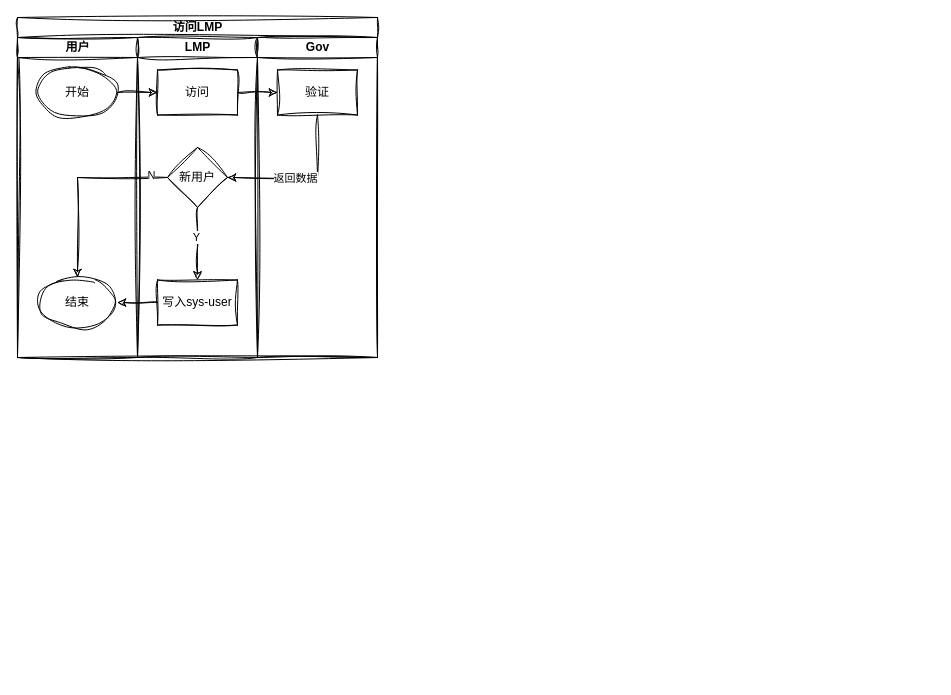
Before: LMP多租户.drawio in zhouziqian/draw, a draw.io diagram. Source tidied: cells renumbered, new cells numbered last; positions are measured from the earlier drawing's top-left corner, leaving out a move shared by most shapes. Both pictures are drawn from the tidied source at 100%, with x=0, y=0 at pixel (17, 17).
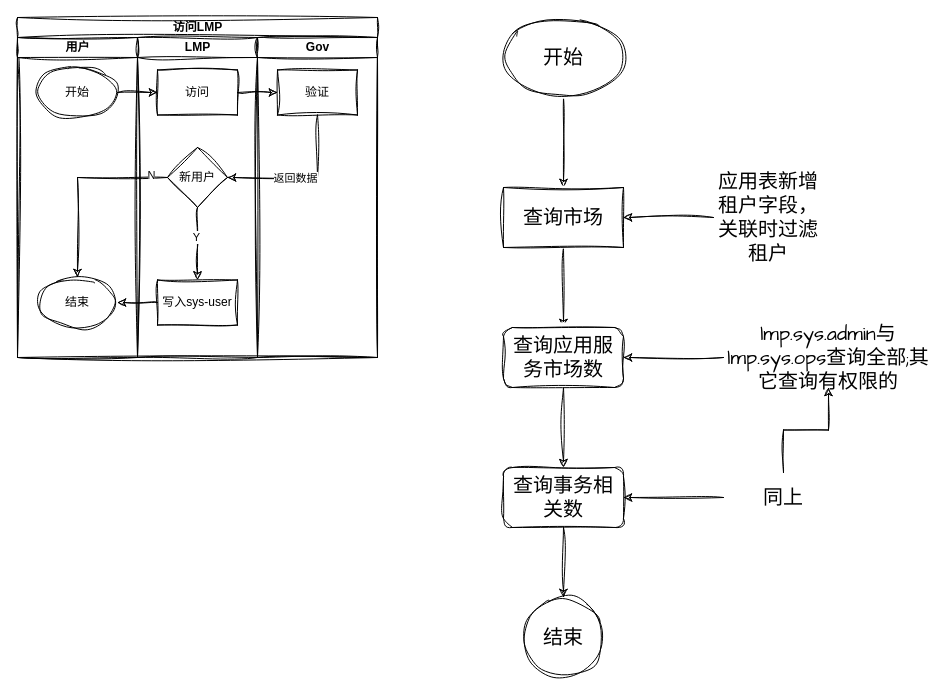
After the change.

The edit, as a diff of the source:
```diff
@@
+    <mxCell id="21" style="edgeStyle=orthogonalEdgeStyle;rounded=0;sketch=1;hachureGap=4;jiggle=2;curveFitting=1;jettySize=auto;html=1;fontFamily=Architects Daughter;fontSize=16;" parent="1" edge="1" source="22" target="24">
+      <mxGeometry relative="1" as="geometry" />
+    </mxCell>
+    <mxCell id="22" value="开始" style="ellipse;whiteSpace=wrap;html=1;sketch=1;hachureGap=4;jiggle=2;curveFitting=1;fontFamily=Architects Daughter;fontSize=20;" parent="1" vertex="1">
+      <mxGeometry x="486" width="120" height="80" as="geometry" />
+    </mxCell>
+    <mxCell id="23" style="edgeStyle=orthogonalEdgeStyle;rounded=0;sketch=1;hachureGap=4;jiggle=2;curveFitting=1;jettySize=auto;html=1;fontFamily=Architects Daughter;fontSize=16;" parent="1" edge="1" source="24" target="26">
+      <mxGeometry relative="1" as="geometry" />
+    </mxCell>
+    <mxCell id="24" value="查询市场" style="whiteSpace=wrap;html=1;fontSize=20;fontFamily=Architects Daughter;sketch=1;hachureGap=4;jiggle=2;curveFitting=1;" parent="1" vertex="1">
+      <mxGeometry x="486" y="170" width="120" height="60" as="geometry" />
+    </mxCell>
+    <mxCell id="25" style="edgeStyle=orthogonalEdgeStyle;rounded=0;sketch=1;hachureGap=4;jiggle=2;curveFitting=1;jettySize=auto;html=1;fontFamily=Architects Daughter;fontSize=16;" parent="1" edge="1" source="26" target="28">
+      <mxGeometry relative="1" as="geometry" />
+    </mxCell>
+    <mxCell id="26" value="查询应用服务市场数" style="rounded=1;whiteSpace=wrap;html=1;fontSize=20;fontFamily=Architects Daughter;sketch=1;hachureGap=4;jiggle=2;curveFitting=1;" parent="1" vertex="1">
+      <mxGeometry x="486" y="310" width="120" height="60" as="geometry" />
+    </mxCell>
+    <mxCell id="27" style="edgeStyle=orthogonalEdgeStyle;rounded=0;sketch=1;hachureGap=4;jiggle=2;curveFitting=1;jettySize=auto;html=1;fontFamily=Architects Daughter;fontSize=16;" parent="1" edge="1" source="28" target="29">
+      <mxGeometry relative="1" as="geometry" />
+    </mxCell>
+    <mxCell id="28" value="查询事务相关数" style="rounded=1;whiteSpace=wrap;html=1;fontSize=20;fontFamily=Architects Daughter;sketch=1;hachureGap=4;jiggle=2;curveFitting=1;" parent="1" vertex="1">
+      <mxGeometry x="486" y="450" width="120" height="60" as="geometry" />
+    </mxCell>
+    <mxCell id="29" value="结束" style="ellipse;whiteSpace=wrap;html=1;fontSize=20;fontFamily=Architects Daughter;rounded=1;sketch=1;hachureGap=4;jiggle=2;curveFitting=1;" parent="1" vertex="1">
+      <mxGeometry x="506" y="580" width="80" height="80" as="geometry" />
+    </mxCell>
+    <mxCell id="30" style="edgeStyle=orthogonalEdgeStyle;rounded=0;sketch=1;hachureGap=4;jiggle=2;curveFitting=1;jettySize=auto;html=1;fontFamily=Architects Daughter;fontSize=16;" parent="1" edge="1" source="31" target="24">
+      <mxGeometry relative="1" as="geometry" />
+    </mxCell>
+    <mxCell id="31" value="应用表新增租户字段，关联时过滤租户" style="text;html=1;strokeColor=none;fillColor=none;align=center;verticalAlign=middle;whiteSpace=wrap;rounded=0;fontSize=20;fontFamily=Architects Daughter;" parent="1" vertex="1">
+      <mxGeometry x="696" y="170" width="110" height="60" as="geometry" />
+    </mxCell>
+    <mxCell id="32" style="edgeStyle=orthogonalEdgeStyle;rounded=0;sketch=1;hachureGap=4;jiggle=2;curveFitting=1;jettySize=auto;html=1;fontFamily=Architects Daughter;fontSize=16;" parent="1" edge="1" source="33" target="26">
+      <mxGeometry relative="1" as="geometry" />
+    </mxCell>
+    <mxCell id="33" value="lmp.sys.admin与lmp.sys.ops查询全部;其它查询有权限的" style="text;html=1;strokeColor=none;fillColor=none;align=center;verticalAlign=middle;whiteSpace=wrap;rounded=0;fontSize=20;fontFamily=Architects Daughter;" parent="1" vertex="1">
+      <mxGeometry x="706" y="310" width="210" height="60" as="geometry" />
+    </mxCell>
+    <mxCell id="34" style="edgeStyle=orthogonalEdgeStyle;rounded=0;sketch=1;hachureGap=4;jiggle=2;curveFitting=1;jettySize=auto;html=1;fontFamily=Architects Daughter;fontSize=16;" parent="1" edge="1" source="36" target="28">
+      <mxGeometry relative="1" as="geometry" />
+    </mxCell>
+    <mxCell id="35" style="edgeStyle=orthogonalEdgeStyle;rounded=0;sketch=1;hachureGap=4;jiggle=2;curveFitting=1;jettySize=auto;html=1;fontFamily=Architects Daughter;fontSize=16;" parent="1" edge="1" source="36" target="33">
+      <mxGeometry relative="1" as="geometry" />
+    </mxCell>
+    <mxCell id="36" value="同上" style="text;html=1;strokeColor=none;fillColor=none;align=center;verticalAlign=middle;whiteSpace=wrap;rounded=0;fontSize=20;fontFamily=Architects Daughter;" parent="1" vertex="1">
+      <mxGeometry x="706" y="455" width="120" height="50" as="geometry" />
+    </mxCell>
```
